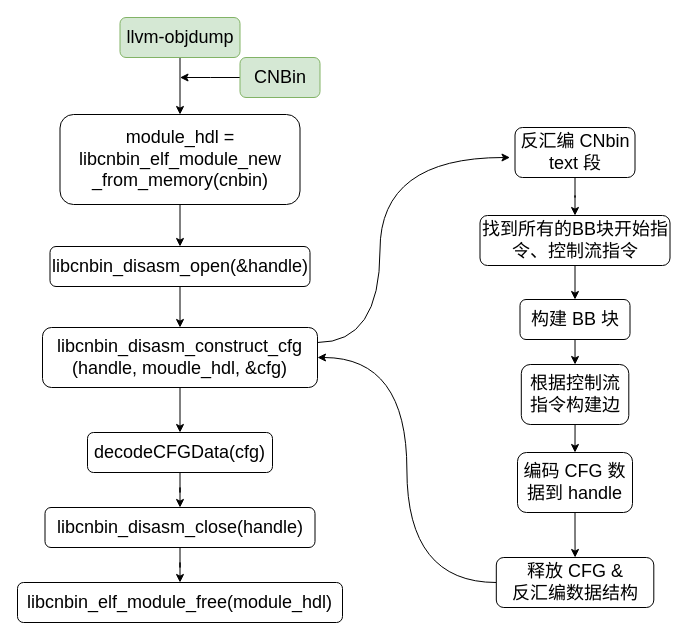
This is cfg_top.drawio from liyp1120/draw.io, a draw.io file, before an edit. Source tidied: cells renumbered, new cells numbered last; positions are measured from the earlier drawing's top-left corner, leaving out a move shared by most shapes. Both pictures are drawn from the tidied source at 100%, with x=0, y=0 at pixel (17, 17).
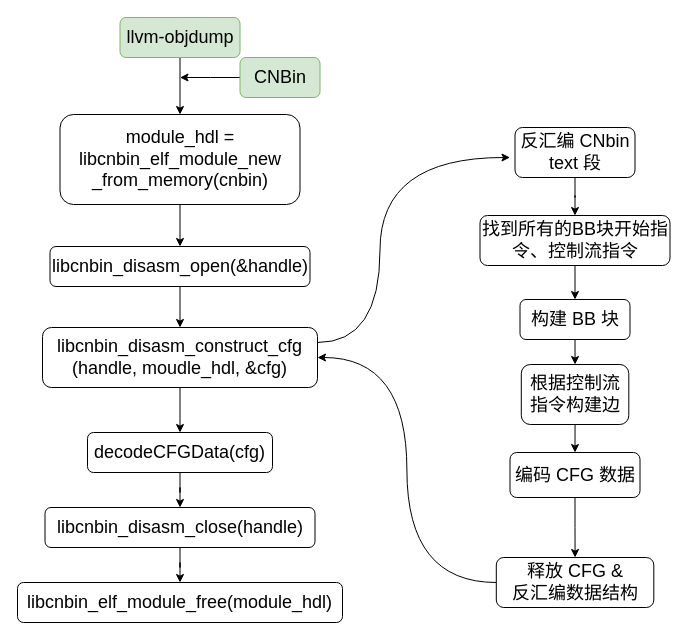
After the change.

What changed in the source:
```diff
@@
-    <mxCell id="21" value="&lt;font style=&quot;font-size: 18px;&quot;&gt;编码 CFG 数据到 handle&lt;/font&gt;" style="rounded=1;whiteSpace=wrap;html=1;" parent="1" vertex="1">
-      <mxGeometry x="500" y="435" width="115" height="60" as="geometry" />
+    <mxCell id="21" value="&lt;font style=&quot;font-size: 18px;&quot;&gt;编码 CFG 数据&lt;/font&gt;" style="rounded=1;whiteSpace=wrap;html=1;" parent="1" vertex="1">
+      <mxGeometry x="492.5" y="435" width="130" height="45" as="geometry" />
     </mxCell>
```
